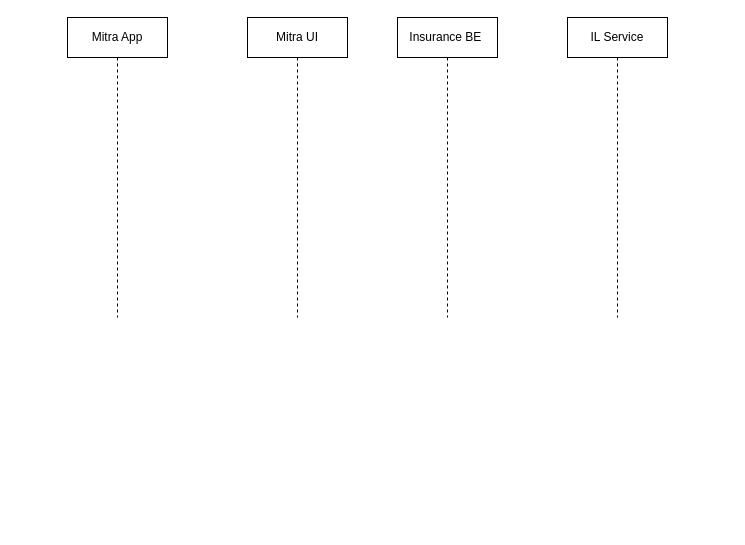
Earlier version of the draw.io diagram 2W.drawio (ashwiniadlakha/draw_io). Source tidied: cells renumbered, new cells numbered last; positions are measured from the earlier drawing's top-left corner, leaving out a move shared by most shapes. Both pictures are drawn from the tidied source at 100%, with x=0, y=0 at pixel (67, 17).
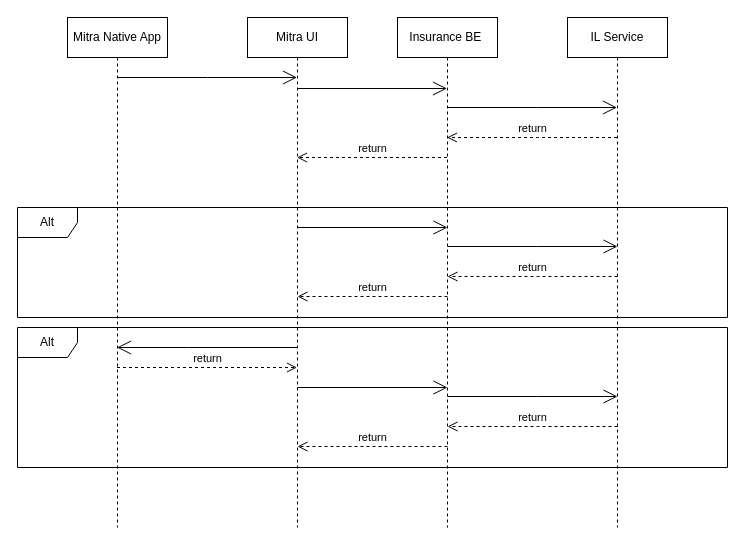
The same page after the edit.

The edit, as a diff of the source:
```diff
@@
-    <mxCell id="2" value="Mitra App" style="shape=umlLifeline;perimeter=lifelinePerimeter;whiteSpace=wrap;html=1;outlineConnect=0;portConstraint=eastwest;newEdgeStyle={&quot;edgeStyle&quot;:&quot;elbowEdgeStyle&quot;,&quot;elbow&quot;:&quot;vertical&quot;,&quot;curved&quot;:0,&quot;rounded&quot;:0};" parent="1" vertex="1">
-      <mxGeometry width="100" height="300" as="geometry" />
+    <mxCell id="2" value="Mitra Native App" style="shape=umlLifeline;perimeter=lifelinePerimeter;whiteSpace=wrap;html=1;outlineConnect=0;portConstraint=eastwest;newEdgeStyle={&quot;edgeStyle&quot;:&quot;elbowEdgeStyle&quot;,&quot;elbow&quot;:&quot;vertical&quot;,&quot;curved&quot;:0,&quot;rounded&quot;:0};" parent="1" vertex="1">
+      <mxGeometry width="100" height="510" as="geometry" />
     </mxCell>
     <mxCell id="3" value="Mitra UI" style="shape=umlLifeline;perimeter=lifelinePerimeter;whiteSpace=wrap;html=1;outlineConnect=0;portConstraint=eastwest;newEdgeStyle={&quot;edgeStyle&quot;:&quot;elbowEdgeStyle&quot;,&quot;elbow&quot;:&quot;vertical&quot;,&quot;curved&quot;:0,&quot;rounded&quot;:0};" parent="1" vertex="1">
-      <mxGeometry x="180" width="100" height="300" as="geometry" />
+      <mxGeometry x="180" width="100" height="510" as="geometry" />
     </mxCell>
     <mxCell id="4" value="Insurance BE&amp;nbsp;" style="shape=umlLifeline;perimeter=lifelinePerimeter;whiteSpace=wrap;html=1;outlineConnect=0;portConstraint=eastwest;newEdgeStyle={&quot;edgeStyle&quot;:&quot;elbowEdgeStyle&quot;,&quot;elbow&quot;:&quot;vertical&quot;,&quot;curved&quot;:0,&quot;rounded&quot;:0};" parent="1" vertex="1">
-      <mxGeometry x="330" width="100" height="300" as="geometry" />
+      <mxGeometry x="330" width="100" height="510" as="geometry" />
     </mxCell>
     <mxCell id="5" value="IL Service" style="shape=umlLifeline;perimeter=lifelinePerimeter;whiteSpace=wrap;html=1;outlineConnect=0;portConstraint=eastwest;newEdgeStyle={&quot;edgeStyle&quot;:&quot;elbowEdgeStyle&quot;,&quot;elbow&quot;:&quot;vertical&quot;,&quot;curved&quot;:0,&quot;rounded&quot;:0};" parent="1" vertex="1">
-      <mxGeometry x="500" width="100" height="300" as="geometry" />
+      <mxGeometry x="500" width="100" height="510" as="geometry" />
     </mxCell>
+    <mxCell id="6" style="endArrow=open;endFill=1;endSize=12;html=1;rounded=0;" parent="1" edge="1" target="4">
+      <mxGeometry relative="1" as="geometry">
+        <mxPoint x="230" y="71" as="sourcePoint" />
+      </mxGeometry>
+    </mxCell>
+    <mxCell id="7" style="endArrow=open;endFill=1;endSize=12;html=1;rounded=0;" parent="1" edge="1" source="2" target="3">
+      <mxGeometry relative="1" as="geometry">
+        <Array as="points">
+          <mxPoint x="140" y="60" />
+        </Array>
+      </mxGeometry>
+    </mxCell>
+    <mxCell id="8" style="endArrow=open;endFill=1;endSize=12;html=1;rounded=0;" parent="1" edge="1" source="4" target="5">
+      <mxGeometry relative="1" as="geometry">
+        <Array as="points">
+          <mxPoint x="470" y="90" />
+        </Array>
+      </mxGeometry>
+    </mxCell>
+    <mxCell id="9" value="return" style="html=1;verticalAlign=bottom;endArrow=open;dashed=1;endSize=8;edgeStyle=elbowEdgeStyle;elbow=vertical;curved=0;rounded=0;" parent="1" edge="1" source="4" target="3">
+      <mxGeometry relative="1" as="geometry">
+        <Array as="points">
+          <mxPoint x="310" y="140" />
+        </Array>
+      </mxGeometry>
+    </mxCell>
+    <mxCell id="10" value="return" style="html=1;verticalAlign=bottom;endArrow=open;dashed=1;endSize=8;edgeStyle=elbowEdgeStyle;elbow=vertical;curved=0;rounded=0;" parent="1" edge="1" source="5" target="4">
+      <mxGeometry relative="1" as="geometry">
+        <Array as="points">
+          <mxPoint x="470" y="120" />
+        </Array>
+      </mxGeometry>
+    </mxCell>
+    <mxCell id="11" value="Alt" style="shape=umlFrame;whiteSpace=wrap;html=1;" parent="1" vertex="1">
+      <mxGeometry x="-50" y="190" width="710" height="110" as="geometry" />
+    </mxCell>
+    <mxCell id="12" style="endArrow=open;endFill=1;endSize=12;html=1;rounded=0;" parent="1" edge="1">
+      <mxGeometry relative="1" as="geometry">
+        <mxPoint x="230" y="210" as="sourcePoint" />
+        <mxPoint x="380" y="210" as="targetPoint" />
+      </mxGeometry>
+    </mxCell>
+    <mxCell id="13" style="endArrow=open;endFill=1;endSize=12;html=1;rounded=0;" parent="1" edge="1">
+      <mxGeometry relative="1" as="geometry">
+        <mxPoint x="380" y="229" as="sourcePoint" />
+        <mxPoint x="550" y="229" as="targetPoint" />
+        <Array as="points">
+          <mxPoint x="470" y="229" />
+        </Array>
+      </mxGeometry>
+    </mxCell>
+    <mxCell id="14" value="return" style="html=1;verticalAlign=bottom;endArrow=open;dashed=1;endSize=8;edgeStyle=elbowEdgeStyle;elbow=vertical;curved=0;rounded=0;" parent="1" edge="1">
+      <mxGeometry relative="1" as="geometry">
+        <mxPoint x="380" y="279" as="sourcePoint" />
+        <mxPoint x="230" y="279" as="targetPoint" />
+        <Array as="points">
+          <mxPoint x="310" y="279" />
+        </Array>
+      </mxGeometry>
+    </mxCell>
+    <mxCell id="15" value="return" style="html=1;verticalAlign=bottom;endArrow=open;dashed=1;endSize=8;edgeStyle=elbowEdgeStyle;elbow=vertical;curved=0;rounded=0;" parent="1" edge="1">
+      <mxGeometry relative="1" as="geometry">
+        <mxPoint x="550" y="259" as="sourcePoint" />
+        <mxPoint x="380" y="259" as="targetPoint" />
+        <Array as="points">
+          <mxPoint x="470" y="259" />
+        </Array>
+      </mxGeometry>
+    </mxCell>
+    <mxCell id="16" value="Alt" style="shape=umlFrame;whiteSpace=wrap;html=1;" parent="1" vertex="1">
+      <mxGeometry x="-50" y="310" width="710" height="140" as="geometry" />
+    </mxCell>
+    <mxCell id="17" style="endArrow=open;endFill=1;endSize=12;html=1;rounded=0;" parent="1" edge="1">
+      <mxGeometry relative="1" as="geometry">
+        <mxPoint x="230" y="370" as="sourcePoint" />
+        <mxPoint x="380" y="370" as="targetPoint" />
+      </mxGeometry>
+    </mxCell>
+    <mxCell id="18" style="endArrow=open;endFill=1;endSize=12;html=1;rounded=0;" parent="1" edge="1">
+      <mxGeometry relative="1" as="geometry">
+        <mxPoint x="380" y="379" as="sourcePoint" />
+        <mxPoint x="550" y="379" as="targetPoint" />
+        <Array as="points">
+          <mxPoint x="470" y="379" />
+        </Array>
+      </mxGeometry>
+    </mxCell>
+    <mxCell id="19" value="return" style="html=1;verticalAlign=bottom;endArrow=open;dashed=1;endSize=8;edgeStyle=elbowEdgeStyle;elbow=vertical;curved=0;rounded=0;" parent="1" edge="1">
+      <mxGeometry relative="1" as="geometry">
+        <mxPoint x="380" y="429" as="sourcePoint" />
+        <mxPoint x="230" y="429" as="targetPoint" />
+        <Array as="points">
+          <mxPoint x="310" y="429" />
+        </Array>
+      </mxGeometry>
+    </mxCell>
+    <mxCell id="20" value="return" style="html=1;verticalAlign=bottom;endArrow=open;dashed=1;endSize=8;edgeStyle=elbowEdgeStyle;elbow=vertical;curved=0;rounded=0;" parent="1" edge="1">
+      <mxGeometry relative="1" as="geometry">
+        <mxPoint x="550" y="409" as="sourcePoint" />
+        <mxPoint x="380" y="409" as="targetPoint" />
+        <Array as="points">
+          <mxPoint x="470" y="409" />
+        </Array>
+      </mxGeometry>
+    </mxCell>
+    <mxCell id="21" style="endArrow=open;endFill=1;endSize=12;html=1;rounded=0;" parent="1" edge="1" source="3" target="2">
+      <mxGeometry relative="1" as="geometry">
+        <Array as="points">
+          <mxPoint x="120" y="330" />
+        </Array>
+      </mxGeometry>
+    </mxCell>
+    <mxCell id="22" value="return" style="html=1;verticalAlign=bottom;endArrow=open;dashed=1;endSize=8;edgeStyle=elbowEdgeStyle;elbow=vertical;curved=0;rounded=0;" parent="1" edge="1" source="2" target="3">
+      <mxGeometry relative="1" as="geometry">
+        <Array as="points">
+          <mxPoint x="110" y="350" />
+        </Array>
+      </mxGeometry>
+    </mxCell>
```
